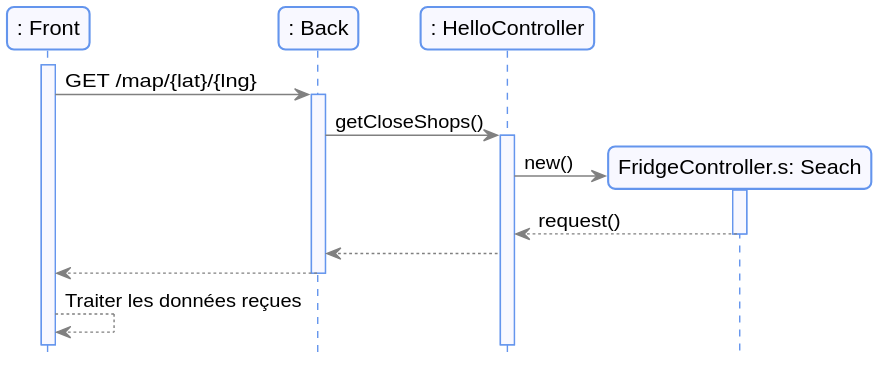
This is docs/diagram/out/map.svg from romainvacheret/wadge-backend, a PlantUML export, as it was before one commit.
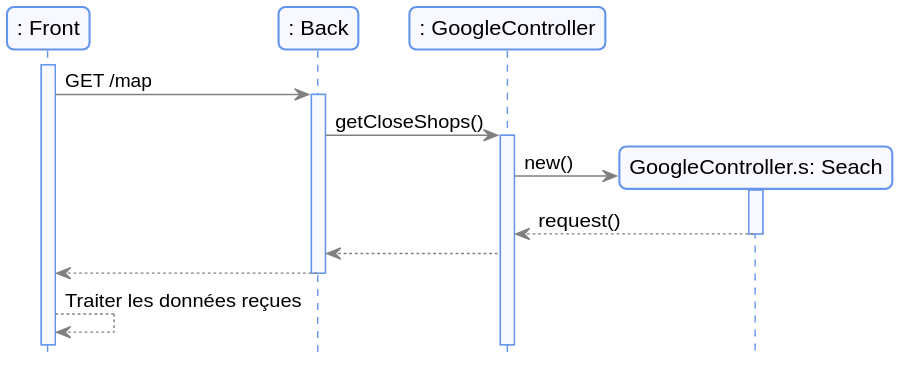
After the change.

The edit, as a diff of the source:
```diff
@@ -3,14 +3,14 @@
 
     participant ": Front" as ft
     participant ": Back" as bk
-    participant ": HelloController" as c
+    participant ": GoogleController" as c
 
     activate ft
-    ft -> bk: GET /map/{lat}/{lng}
+    ft -> bk: GET /map
     activate bk
     bk -> c: getCloseShops()
     activate c
-    create "FridgeController.s: Seach" as s
+    create "GoogleController.s: Seach" as s
     c -> s: new()
     activate s
     s --> c: request()
```
